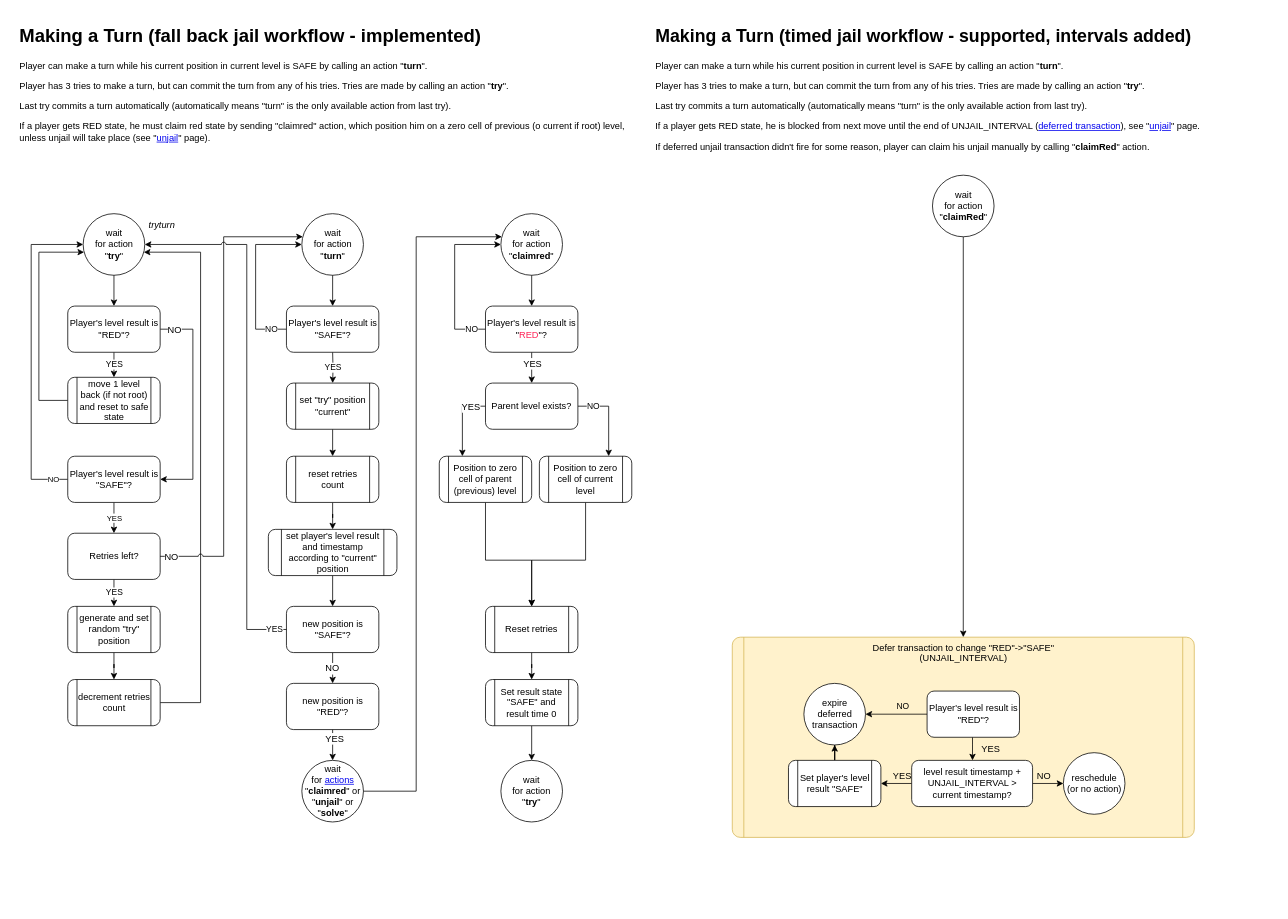
Above: page "turn" (5 of 14) of ia/WOFFLER IA.drawio in cptn-solo/woffler_contract (draw.io), before the change. Source tidied: cells renumbered, new cells numbered last; positions are measured from the earlier drawing's top-left corner, leaving out a move shared by most shapes. Both pictures are drawn from the tidied source at 77%, with x=0, y=0 at pixel (15, 21).
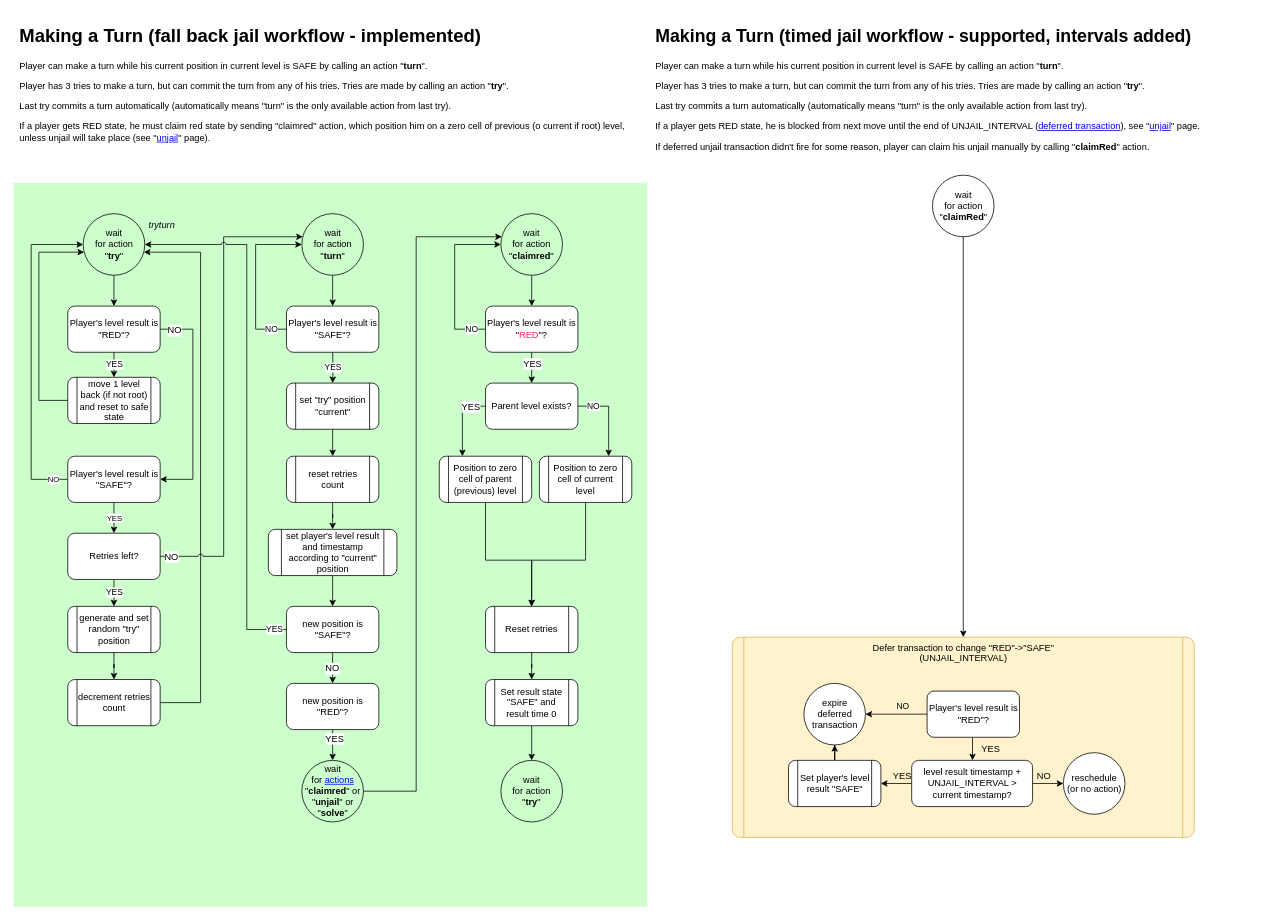
The same diagram, later.

What changed in the source:
```diff
@@
+    <mxCell id="79" parent="0" />
+    <mxCell id="80" style="rounded=0;whiteSpace=wrap;html=1;rotation=0;strokeColor=none;fillColor=#CCFFCC;" parent="79" vertex="1">
+      <mxGeometry x="-3" y="210" width="823" height="940" as="geometry" />
+    </mxCell>
```
